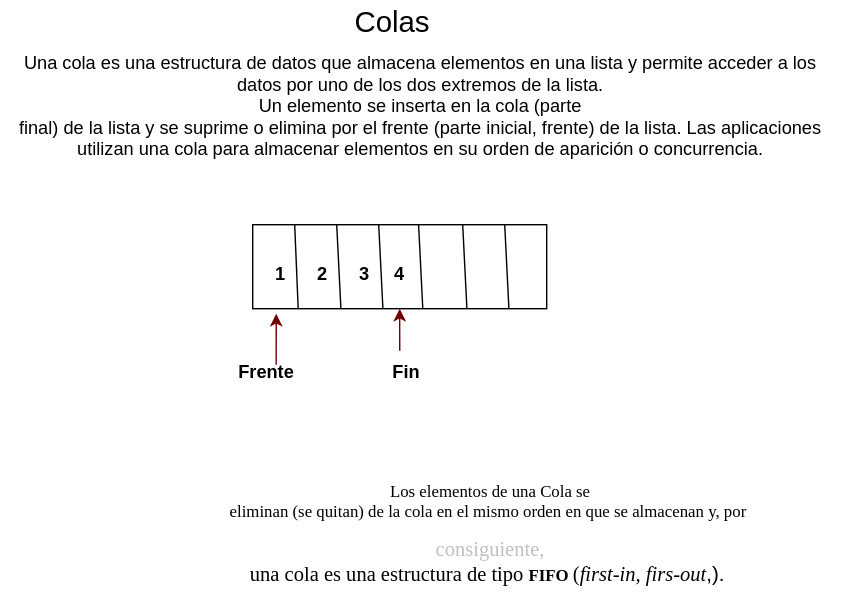
This is Estructura-de-datos/Colas/Queue.drawio.svg from Nordcode-cyber/Algoritmos-Estructdatos, a draw.io export, as it was before one commit. Source tidied: cells renumbered, new cells last; positions are measured from the earlier drawing's top-left corner, leaving out a move shared by most shapes.
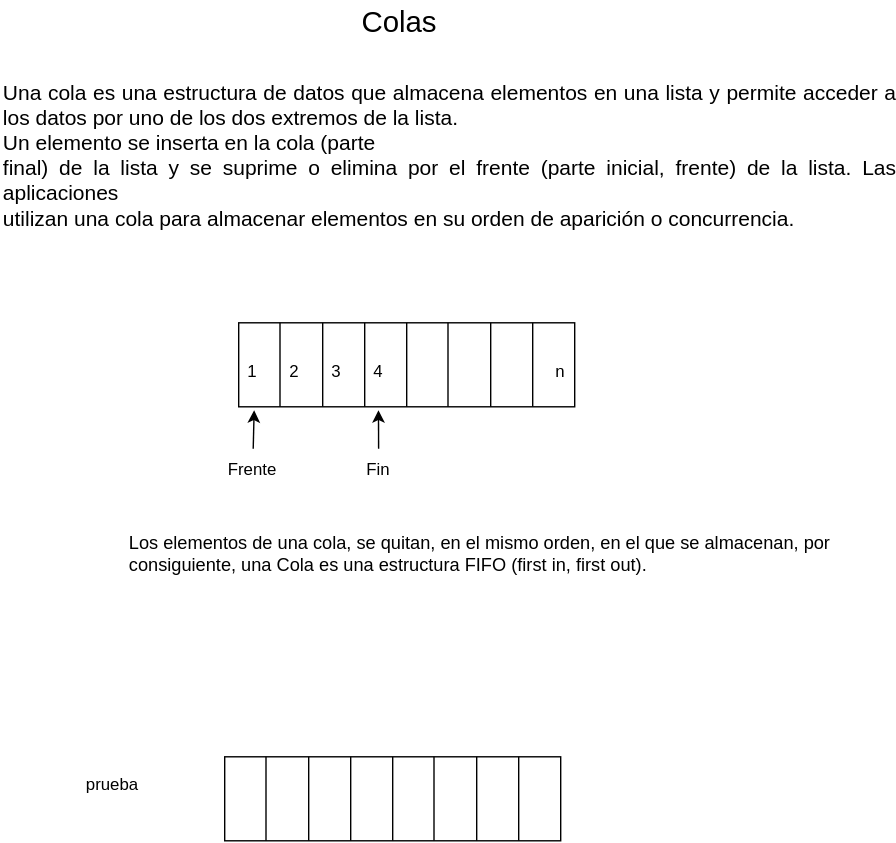
The same file after the commit.

Commit message:
modified:   Estructura-de-datos/Colas/Queue.drawio.svg

Diff of the diagram source:
```diff
@@ -3,76 +3,133 @@
     <mxCell id="0" />
     <mxCell id="1" parent="0" />
     <mxCell id="2" value="&lt;font style=&quot;font-size: 21px;&quot;&gt;Colas&lt;/font&gt;" style="text;html=1;align=center;verticalAlign=middle;whiteSpace=wrap;rounded=0;" parent="1" vertex="1">
-      <mxGeometry x="250" width="60" height="30" as="geometry" />
+      <mxGeometry x="255" y="-40" width="60" height="30" as="geometry" />
     </mxCell>
-    <mxCell id="3" value="&lt;div style=&quot;&quot;&gt;&lt;span style=&quot;background-color: transparent;&quot;&gt;&lt;font style=&quot;font-size: 13px;&quot;&gt;Una cola es una estructura de datos que almacena elementos en una lista y permite acceder a los datos por uno de los dos extremos de la lista.&lt;/font&gt;&lt;/span&gt;&lt;/div&gt;&lt;div&gt;&lt;div style=&quot;&quot;&gt;&lt;font style=&quot;font-size: 13px;&quot;&gt;Un elemento se inserta en la cola (parte&lt;/font&gt;&lt;/div&gt;&lt;div style=&quot;&quot;&gt;&lt;font style=&quot;font-size: 13px;&quot;&gt;final) de la lista y se suprime o elimina por el frente (parte inicial, frente) de la lista. Las aplicaciones&lt;/font&gt;&lt;/div&gt;&lt;div style=&quot;&quot;&gt;&lt;font style=&quot;font-size: 13px;&quot;&gt;utilizan una cola para almacenar elementos en su orden de aparición o concurrencia.&lt;/font&gt;&lt;/div&gt;&lt;/div&gt;" style="text;html=1;whiteSpace=wrap;overflow=hidden;rounded=0;align=center;" parent="1" vertex="1">
-      <mxGeometry y="30" width="600" height="160" as="geometry" />
+    <mxCell id="3" value="&lt;div style=&quot;text-align: justify;&quot;&gt;&lt;span style=&quot;background-color: transparent;&quot;&gt;&lt;font style=&quot;font-size: 15px;&quot;&gt;Una cola es una estructura de datos que almacena elementos en una lista y permite acceder a los datos por uno de los dos extremos de la lista.&lt;/font&gt;&lt;/span&gt;&lt;/div&gt;&lt;div&gt;&lt;div style=&quot;text-align: justify;&quot;&gt;&lt;font style=&quot;font-size: 15px;&quot;&gt;Un elemento se inserta en la cola (parte&lt;/font&gt;&lt;/div&gt;&lt;div style=&quot;text-align: justify;&quot;&gt;&lt;font style=&quot;font-size: 15px;&quot;&gt;final) de la lista y se suprime o elimina por el frente (parte inicial, frente) de la lista. Las aplicaciones&lt;/font&gt;&lt;/div&gt;&lt;div style=&quot;text-align: justify;&quot;&gt;&lt;font style=&quot;font-size: 15px;&quot;&gt;utilizan una cola para almacenar elementos en su orden de aparición o concurrencia.&lt;/font&gt;&lt;/div&gt;&lt;/div&gt;" style="text;html=1;whiteSpace=wrap;overflow=hidden;rounded=0;align=left;" parent="1" vertex="1">
+      <mxGeometry y="10" width="640" height="150" as="geometry" />
     </mxCell>
-    <mxCell id="4" style="rounded=0;whiteSpace=wrap;html=1;" parent="1" vertex="1">
-      <mxGeometry x="180" y="160" width="210" height="60" as="geometry" />
-    </mxCell>
-    <mxCell id="5" style="endArrow=none;html=1;entryX=0.29;entryY=0.073;entryDx=0;entryDy=0;entryPerimeter=0;exitX=0.25;exitY=1;exitDx=0;exitDy=0;" parent="1" edge="1">
-      <mxGeometry relative="1" as="geometry">
-        <mxPoint x="212.5" y="220" as="sourcePoint" />
-        <mxPoint x="210" y="160" as="targetPoint" />
-      </mxGeometry>
-    </mxCell>
-    <mxCell id="6" style="endArrow=none;html=1;entryX=0.29;entryY=0.073;entryDx=0;entryDy=0;entryPerimeter=0;exitX=0.25;exitY=1;exitDx=0;exitDy=0;" parent="1" edge="1">
-      <mxGeometry relative="1" as="geometry">
-        <mxPoint x="243" y="220" as="sourcePoint" />
-        <mxPoint x="240" y="160" as="targetPoint" />
-      </mxGeometry>
-    </mxCell>
-    <mxCell id="7" style="endArrow=none;html=1;entryX=0.29;entryY=0.073;entryDx=0;entryDy=0;entryPerimeter=0;exitX=0.25;exitY=1;exitDx=0;exitDy=0;" parent="1" edge="1">
-      <mxGeometry relative="1" as="geometry">
-        <mxPoint x="273" y="220" as="sourcePoint" />
-        <mxPoint x="270" y="160" as="targetPoint" />
-      </mxGeometry>
-    </mxCell>
-    <mxCell id="8" style="endArrow=none;html=1;entryX=0.29;entryY=0.073;entryDx=0;entryDy=0;entryPerimeter=0;exitX=0.25;exitY=1;exitDx=0;exitDy=0;" parent="1" edge="1">
-      <mxGeometry relative="1" as="geometry">
-        <mxPoint x="301.5" y="220" as="sourcePoint" />
-        <mxPoint x="298.5" y="160" as="targetPoint" />
-      </mxGeometry>
-    </mxCell>
-    <mxCell id="9" style="endArrow=none;html=1;entryX=0.29;entryY=0.073;entryDx=0;entryDy=0;entryPerimeter=0;exitX=0.25;exitY=1;exitDx=0;exitDy=0;" parent="1" edge="1">
-      <mxGeometry relative="1" as="geometry">
-        <mxPoint x="333" y="220" as="sourcePoint" />
-        <mxPoint x="330" y="160" as="targetPoint" />
-      </mxGeometry>
-    </mxCell>
-    <mxCell id="10" style="endArrow=none;html=1;entryX=0.29;entryY=0.073;entryDx=0;entryDy=0;entryPerimeter=0;exitX=0.25;exitY=1;exitDx=0;exitDy=0;" parent="1" edge="1">
-      <mxGeometry relative="1" as="geometry">
-        <mxPoint x="363" y="220" as="sourcePoint" />
-        <mxPoint x="360" y="160" as="targetPoint" />
-      </mxGeometry>
-    </mxCell>
+    <mxCell id="20" style="rounded=0;whiteSpace=wrap;html=1;fillColor=none;" parent="1" vertex="1">
+      <mxGeometry x="160" y="500" width="240" height="60" as="geometry" />
+    </mxCell>
+    <mxCell id="21" style="endArrow=none;html=1;" parent="1" edge="1">
+      <mxGeometry relative="1" as="geometry">
+        <mxPoint x="189.5" y="560" as="sourcePoint" />
+        <mxPoint x="189.5" y="500" as="targetPoint" />
+      </mxGeometry>
+    </mxCell>
+    <mxCell id="22" style="endArrow=none;html=1;" parent="1" edge="1">
+      <mxGeometry relative="1" as="geometry">
+        <mxPoint x="220" y="560" as="sourcePoint" />
+        <mxPoint x="220" y="500" as="targetPoint" />
+      </mxGeometry>
+    </mxCell>
+    <mxCell id="23" style="endArrow=none;html=1;" parent="1" edge="1">
+      <mxGeometry relative="1" as="geometry">
+        <mxPoint x="250" y="560" as="sourcePoint" />
+        <mxPoint x="250" y="500" as="targetPoint" />
+      </mxGeometry>
+    </mxCell>
+    <mxCell id="24" style="endArrow=none;html=1;" parent="1" edge="1">
+      <mxGeometry relative="1" as="geometry">
+        <mxPoint x="280" y="560" as="sourcePoint" />
+        <mxPoint x="280" y="500" as="targetPoint" />
+      </mxGeometry>
+    </mxCell>
+    <mxCell id="25" style="endArrow=none;html=1;" parent="1" edge="1">
+      <mxGeometry relative="1" as="geometry">
+        <mxPoint x="309.5" y="560" as="sourcePoint" />
+        <mxPoint x="309.5" y="500" as="targetPoint" />
+      </mxGeometry>
+    </mxCell>
+    <mxCell id="26" style="endArrow=none;html=1;" parent="1" edge="1">
+      <mxGeometry relative="1" as="geometry">
+        <mxPoint x="340" y="560" as="sourcePoint" />
+        <mxPoint x="340" y="500" as="targetPoint" />
+      </mxGeometry>
+    </mxCell>
+    <mxCell id="27" style="endArrow=none;html=1;" parent="1" edge="1">
+      <mxGeometry relative="1" as="geometry">
+        <mxPoint x="370" y="560" as="sourcePoint" />
+        <mxPoint x="370" y="500" as="targetPoint" />
+      </mxGeometry>
+    </mxCell>
+    <mxCell id="28" value="prueba" style="text;html=1;align=center;verticalAlign=middle;whiteSpace=wrap;rounded=0;" parent="1" vertex="1">
+      <mxGeometry x="50" y="505" width="60" height="30" as="geometry" />
+    </mxCell>
+    <mxCell id="29" style="rounded=0;whiteSpace=wrap;html=1;fillColor=none;" parent="1" vertex="1">
+      <mxGeometry x="170" y="190" width="240" height="60" as="geometry" />
+    </mxCell>
+    <mxCell id="30" style="endArrow=none;html=1;" parent="1" edge="1">
+      <mxGeometry relative="1" as="geometry">
+        <mxPoint x="199.5" y="250" as="sourcePoint" />
+        <mxPoint x="199.5" y="190" as="targetPoint" />
+      </mxGeometry>
+    </mxCell>
+    <mxCell id="31" style="endArrow=none;html=1;" parent="1" edge="1">
+      <mxGeometry relative="1" as="geometry">
+        <mxPoint x="230" y="250" as="sourcePoint" />
+        <mxPoint x="230" y="190" as="targetPoint" />
+      </mxGeometry>
+    </mxCell>
+    <mxCell id="32" style="endArrow=none;html=1;" parent="1" edge="1">
+      <mxGeometry relative="1" as="geometry">
+        <mxPoint x="260" y="250" as="sourcePoint" />
+        <mxPoint x="260" y="190" as="targetPoint" />
+      </mxGeometry>
+    </mxCell>
+    <mxCell id="33" style="endArrow=none;html=1;" parent="1" edge="1">
+      <mxGeometry relative="1" as="geometry">
+        <mxPoint x="290" y="250" as="sourcePoint" />
+        <mxPoint x="290" y="190" as="targetPoint" />
+      </mxGeometry>
+    </mxCell>
+    <mxCell id="34" style="endArrow=none;html=1;" parent="1" edge="1">
+      <mxGeometry relative="1" as="geometry">
+        <mxPoint x="319.5" y="250" as="sourcePoint" />
+        <mxPoint x="319.5" y="190" as="targetPoint" />
+      </mxGeometry>
+    </mxCell>
+    <mxCell id="35" style="endArrow=none;html=1;" parent="1" edge="1">
+      <mxGeometry relative="1" as="geometry">
+        <mxPoint x="350" y="250" as="sourcePoint" />
+        <mxPoint x="350" y="190" as="targetPoint" />
+      </mxGeometry>
+    </mxCell>
+    <mxCell id="36" style="endArrow=none;html=1;" parent="1" edge="1">
+      <mxGeometry relative="1" as="geometry">
+        <mxPoint x="380" y="250" as="sourcePoint" />
+        <mxPoint x="380" y="190" as="targetPoint" />
+      </mxGeometry>
+    </mxCell>
+    <mxCell id="15" value="Frente" style="text;html=1;align=center;verticalAlign=middle;whiteSpace=wrap;rounded=0;" parent="1" vertex="1">
+      <mxGeometry x="150" y="280" width="60" height="30" as="geometry" />
+    </mxCell>
+    <mxCell id="16" value="Fin" style="text;html=1;align=center;verticalAlign=middle;whiteSpace=wrap;rounded=0;" parent="1" vertex="1">
+      <mxGeometry x="240" y="280" width="60" height="30" as="geometry" />
+    </mxCell>
-    <mxCell id="11" value="&lt;font style=&quot;color: light-dark(rgb(0, 0, 0), rgb(0, 0, 102)); font-size: 13px;&quot;&gt;&lt;b style=&quot;&quot;&gt;1&lt;/b&gt;&lt;/font&gt;" style="text;html=1;align=center;verticalAlign=middle;whiteSpace=wrap;rounded=0;" parent="1" vertex="1">
-      <mxGeometry x="170" y="180" width="60" height="30" as="geometry" />
+    <mxCell id="11" value="1" style="text;html=1;align=center;verticalAlign=middle;whiteSpace=wrap;rounded=0;" parent="1" vertex="1">
+      <mxGeometry x="150" y="210" width="60" height="30" as="geometry" />
     </mxCell>
-    <mxCell id="12" value="&lt;span style=&quot;font-size: 13px;&quot;&gt;&lt;b&gt;2&lt;/b&gt;&lt;/span&gt;" style="text;html=1;align=center;verticalAlign=middle;whiteSpace=wrap;rounded=0;" parent="1" vertex="1">
-      <mxGeometry x="200" y="180" width="60" height="30" as="geometry" />
+    <mxCell id="12" value="2" style="text;html=1;align=center;verticalAlign=middle;whiteSpace=wrap;rounded=0;" parent="1" vertex="1">
+      <mxGeometry x="180" y="210" width="60" height="30" as="geometry" />
     </mxCell>
-    <mxCell id="13" value="&lt;font style=&quot;color: light-dark(rgb(0, 0, 0), rgb(0, 0, 102)); font-size: 13px;&quot;&gt;&lt;b style=&quot;&quot;&gt;3&lt;/b&gt;&lt;/font&gt;" style="text;html=1;align=center;verticalAlign=middle;whiteSpace=wrap;rounded=0;" parent="1" vertex="1">
-      <mxGeometry x="230" y="180" width="60" height="30" as="geometry" />
+    <mxCell id="13" value="3" style="text;html=1;align=center;verticalAlign=middle;whiteSpace=wrap;rounded=0;" parent="1" vertex="1">
+      <mxGeometry x="210" y="210" width="60" height="30" as="geometry" />
     </mxCell>
-    <mxCell id="14" value="&lt;font style=&quot;color: light-dark(rgb(0, 0, 0), rgb(0, 0, 102)); font-size: 13px;&quot;&gt;&lt;b style=&quot;&quot;&gt;4&lt;/b&gt;&lt;/font&gt;" style="text;html=1;align=center;verticalAlign=middle;whiteSpace=wrap;rounded=0;" parent="1" vertex="1">
-      <mxGeometry x="255" y="180" width="60" height="30" as="geometry" />
+    <mxCell id="14" value="4" style="text;html=1;align=center;verticalAlign=middle;whiteSpace=wrap;rounded=0;" parent="1" vertex="1">
+      <mxGeometry x="240" y="210" width="60" height="30" as="geometry" />
     </mxCell>
-    <mxCell id="15" value="&lt;font style=&quot;font-size: 13px;&quot;&gt;&lt;b&gt;Frente&lt;/b&gt;&lt;/font&gt;" style="text;html=1;align=center;verticalAlign=middle;whiteSpace=wrap;rounded=0;" parent="1" vertex="1">
-      <mxGeometry x="160" y="250" width="60" height="30" as="geometry" />
-    </mxCell>
-    <mxCell id="16" value="&lt;font style=&quot;font-size: 13px;&quot;&gt;&lt;b&gt;Fin&lt;/b&gt;&lt;/font&gt;" style="text;html=1;align=center;verticalAlign=middle;whiteSpace=wrap;rounded=0;" parent="1" vertex="1">
-      <mxGeometry x="260" y="250" width="60" height="30" as="geometry" />
-    </mxCell>
-    <mxCell id="17" style="endArrow=classic;html=1;fillColor=#a20025;strokeColor=#6F0000;entryX=0.5;entryY=1;entryDx=0;entryDy=0;exitX=0.417;exitY=0;exitDx=0;exitDy=0;exitPerimeter=0;" parent="1" edge="1" source="16" target="4">
-      <mxGeometry relative="1" as="geometry" />
-    </mxCell>
-    <mxCell id="18" style="endArrow=classic;html=1;fillColor=#a20025;strokeColor=#6F0000;entryX=0.08;entryY=1.06;entryDx=0;entryDy=0;entryPerimeter=0;exitX=0.613;exitY=0.333;exitDx=0;exitDy=0;exitPerimeter=0;" parent="1" edge="1" source="15" target="4">
-      <mxGeometry relative="1" as="geometry" />
-    </mxCell>
-    <mxCell id="19" value="&lt;p style=&quot;margin-bottom:0cm;margin-bottom:.0001pt;line-height:&amp;lt;br/&amp;gt;normal;mso-layout-grid-align:none;text-autospace:none&quot; class=&quot;MsoNormal&quot;&gt;&lt;span style=&quot;mso-bidi-font-size:10.0pt;font-family:&amp;quot;TimesNewRomanPSMT&amp;quot;,serif;&amp;lt;br/&amp;gt;mso-bidi-font-family:TimesNewRomanPSMT;mso-ansi-language:ES&quot; lang=&quot;ES&quot;&gt;Los elementos de una Cola se&lt;br&gt;eliminan (se quitan) de la cola en el mismo orden en que se almacenan y, por&amp;nbsp;&lt;/span&gt;&lt;/p&gt;&lt;p style=&quot;margin-bottom:0cm;margin-bottom:.0001pt;line-height:&amp;lt;br/&amp;gt;normal;mso-layout-grid-align:none;text-autospace:none&quot; class=&quot;MsoNormal&quot;&gt;&lt;span style=&quot;font-family: TimesNewRomanPSMT, serif; font-size: 11pt; background-color: transparent;&quot;&gt;&lt;font style=&quot;color: light-dark(rgb(192, 192, 192), rgb(253, 223, 255));&quot;&gt;consiguiente,&lt;/font&gt;&lt;/span&gt;&lt;/p&gt;&lt;span style=&quot;font-size:11.0pt;mso-bidi-font-size:10.0pt;line-height:&amp;lt;br/&amp;gt;107%;font-family:&amp;quot;TimesNewRomanPSMT&amp;quot;,serif;mso-fareast-font-family:Calibri;&amp;lt;br/&amp;gt;mso-fareast-theme-font:minor-latin;mso-bidi-font-family:TimesNewRomanPSMT;&amp;lt;br/&amp;gt;mso-ansi-language:ES;mso-fareast-language:EN-US;mso-bidi-language:AR-SA&quot; lang=&quot;ES&quot;&gt;una cola es una estructura de tipo &lt;/span&gt;&lt;b&gt;&lt;span style=&quot;font-size:&amp;lt;br/&amp;gt;11.0pt;mso-bidi-font-size:10.0pt;line-height:107%;font-family:&amp;quot;TimesNewRomanPS-BoldMT&amp;quot;,serif;&amp;lt;br/&amp;gt;mso-fareast-font-family:Calibri;mso-fareast-theme-font:minor-latin;mso-bidi-font-family:&amp;lt;br/&amp;gt;TimesNewRomanPS-BoldMT;mso-ansi-language:ES;mso-fareast-language:EN-US;&amp;lt;br/&amp;gt;mso-bidi-language:AR-SA&quot; lang=&quot;ES&quot;&gt;FIFO &lt;/span&gt;&lt;/b&gt;&lt;span style=&quot;font-size:11.0pt;&amp;lt;br/&amp;gt;mso-bidi-font-size:10.0pt;line-height:107%;font-family:&amp;quot;TimesNewRomanPSMT&amp;quot;,serif;&amp;lt;br/&amp;gt;mso-fareast-font-family:Calibri;mso-fareast-theme-font:minor-latin;mso-bidi-font-family:&amp;lt;br/&amp;gt;TimesNewRomanPSMT;mso-ansi-language:ES;mso-fareast-language:EN-US;mso-bidi-language:&amp;lt;br/&amp;gt;AR-SA&quot; lang=&quot;ES&quot;&gt;(&lt;/span&gt;&lt;i&gt;&lt;span style=&quot;font-size:11.0pt;mso-bidi-font-size:&amp;lt;br/&amp;gt;10.0pt;line-height:107%;font-family:&amp;quot;TimesNewRomanPS-ItalicMT&amp;quot;,serif;&amp;lt;br/&amp;gt;mso-fareast-font-family:Calibri;mso-fareast-theme-font:minor-latin;mso-bidi-font-family:&amp;lt;br/&amp;gt;TimesNewRomanPS-ItalicMT;mso-ansi-language:ES;mso-fareast-language:EN-US;&amp;lt;br/&amp;gt;mso-bidi-language:AR-SA&quot; lang=&quot;ES&quot;&gt;first-in, firs-out&lt;/span&gt;&lt;/i&gt;&lt;span style=&quot;font-size:11.0pt;mso-bidi-font-size:10.0pt;line-height:107%;font-family:&amp;lt;br/&amp;gt;&amp;quot;TimesNewRomanPSMT&amp;quot;,serif;mso-fareast-font-family:Calibri;mso-fareast-theme-font:&amp;lt;br/&amp;gt;minor-latin;mso-bidi-font-family:TimesNewRomanPSMT;mso-ansi-language:ES;&amp;lt;br/&amp;gt;mso-fareast-language:EN-US;mso-bidi-language:AR-SA&quot; lang=&quot;ES&quot;&gt;,).&amp;nbsp;&lt;/span&gt;" style="text;html=1;align=center;verticalAlign=middle;whiteSpace=wrap;rounded=0;" parent="1" vertex="1">
-      <mxGeometry x="80" y="320" width="540" height="110" as="geometry" />
-    </mxCell>
+    <mxCell id="37" value="n" style="text;html=1;align=center;verticalAlign=middle;whiteSpace=wrap;rounded=0;" parent="1" vertex="1">
+      <mxGeometry x="370" y="210" width="60" height="30" as="geometry" />
+    </mxCell>
+    <mxCell id="38" style="edgeStyle=none;html=1;entryX=0.416;entryY=1.04;entryDx=0;entryDy=0;entryPerimeter=0;" parent="1" edge="1" source="16" target="29">
+      <mxGeometry relative="1" as="geometry" />
+    </mxCell>
+    <mxCell id="39" style="edgeStyle=none;html=1;entryX=0.046;entryY=1.04;entryDx=0;entryDy=0;entryPerimeter=0;" parent="1" edge="1" source="15" target="29">
+      <mxGeometry relative="1" as="geometry" />
+    </mxCell>
+    <mxCell id="40" value="&lt;font style=&quot;font-size: 13px;&quot;&gt;Los elementos de una cola, se quitan, en el mismo orden, en el que se almacenan, por consiguiente, una Cola es una estructura FIFO (first in, first out).&lt;/font&gt;" style="text;html=1;align=left;verticalAlign=middle;whiteSpace=wrap;rounded=0;" parent="1" vertex="1">
+      <mxGeometry x="90" y="330" width="530" height="50" as="geometry" />
+    </mxCell>
   </root>
 </mxGraphModel>
```
